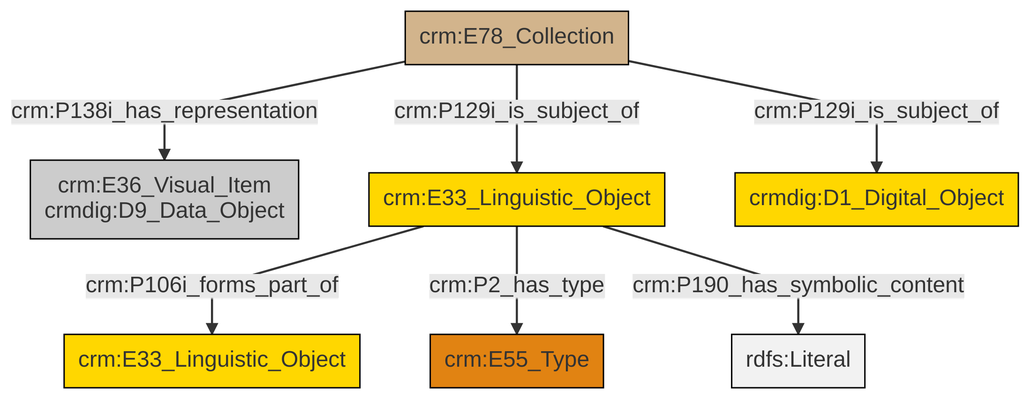
swiss-art-research-net/docs.swissartresearch keeps this Mermaid diagram as et/archivalCSV/ttl/mmd/png/archival_docs.png. Above is the earlier version. Its source is kept beside it as et/archivalCSV/ttl/mmd/archival_docs.ttl.mmd.
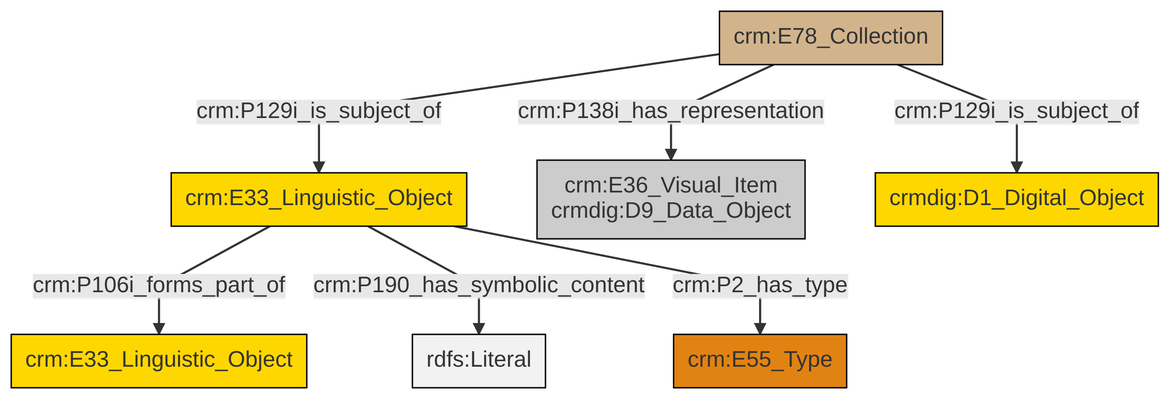
After the commit.

Diff of the diagram source:
```diff
@@ -13,9 +13,9 @@
 classDef PC_Classes fill:#4ce600, stroke:#000000;
 classDef Multi fill:#cccccc,stroke:#000000;
 
-3["crm:E33_Linguistic_Object"]:::Conceptual_Object -->|crm:P106i_forms_part_of| 4["crm:E33_Linguistic_Object"]:::Conceptual_Object
-3["crm:E33_Linguistic_Object"]:::Conceptual_Object -->|crm:P2_has_type| 7["crm:E55_Type"]:::Type
-10["crm:E78_Collection"]:::Physical_Thing -->|crm:P129i_is_subject_of| 3["crm:E33_Linguistic_Object"]:::Conceptual_Object
-3["crm:E33_Linguistic_Object"]:::Conceptual_Object -->|crm:P190_has_symbolic_content| 12[rdfs:Literal]:::Literal
-10["crm:E78_Collection"]:::Physical_Thing -->|crm:P138i_has_representation| 0["crm:E36_Visual_Item<br>crmdig:D9_Data_Object"]:::Multi
-10["crm:E78_Collection"]:::Physical_Thing -->|crm:P129i_is_subject_of| 5["crmdig:D1_Digital_Object"]:::Conceptual_Object
+2["crm:E78_Collection"]:::Physical_Thing -->|crm:P129i_is_subject_of| 3["crm:E33_Linguistic_Object"]:::Conceptual_Object
+2["crm:E78_Collection"]:::Physical_Thing -->|crm:P138i_has_representation| 4["crm:E36_Visual_Item<br>crmdig:D9_Data_Object"]:::Multi
+2["crm:E78_Collection"]:::Physical_Thing -->|crm:P129i_is_subject_of| 10["crmdig:D1_Digital_Object"]:::Conceptual_Object
+3["crm:E33_Linguistic_Object"]:::Conceptual_Object -->|crm:P106i_forms_part_of| 7["crm:E33_Linguistic_Object"]:::Conceptual_Object
+3["crm:E33_Linguistic_Object"]:::Conceptual_Object -->|crm:P190_has_symbolic_content| 11[rdfs:Literal]:::Literal
+3["crm:E33_Linguistic_Object"]:::Conceptual_Object -->|crm:P2_has_type| 0["crm:E55_Type"]:::Type
```
